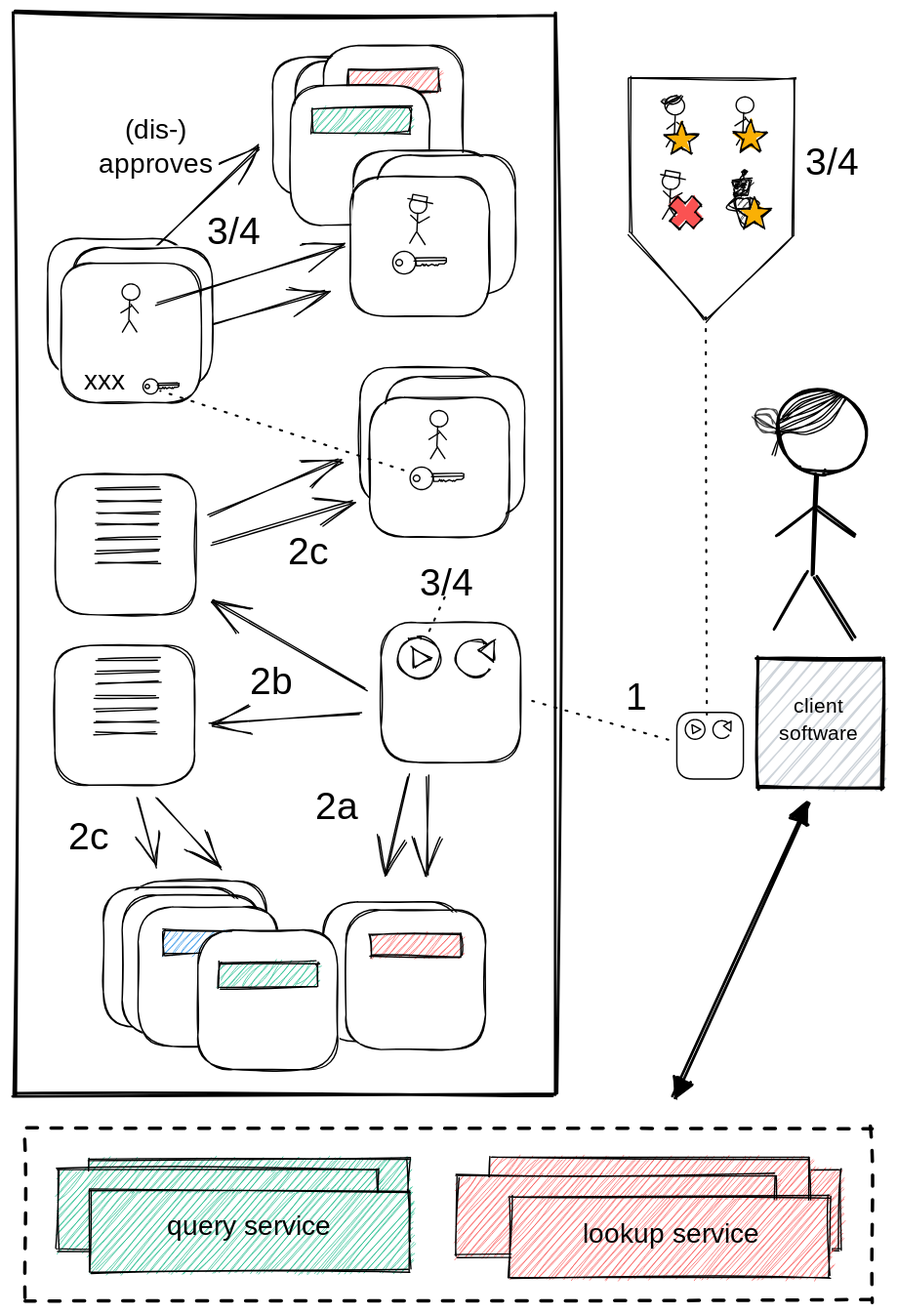
Above: images/trusted.svg in tkuhn/knowledge-space (Excalidraw), before the change. Source tidied: one line per element, renumbered; positions are measured from the earlier drawing's top-left corner, leaving out a move shared by most shapes.
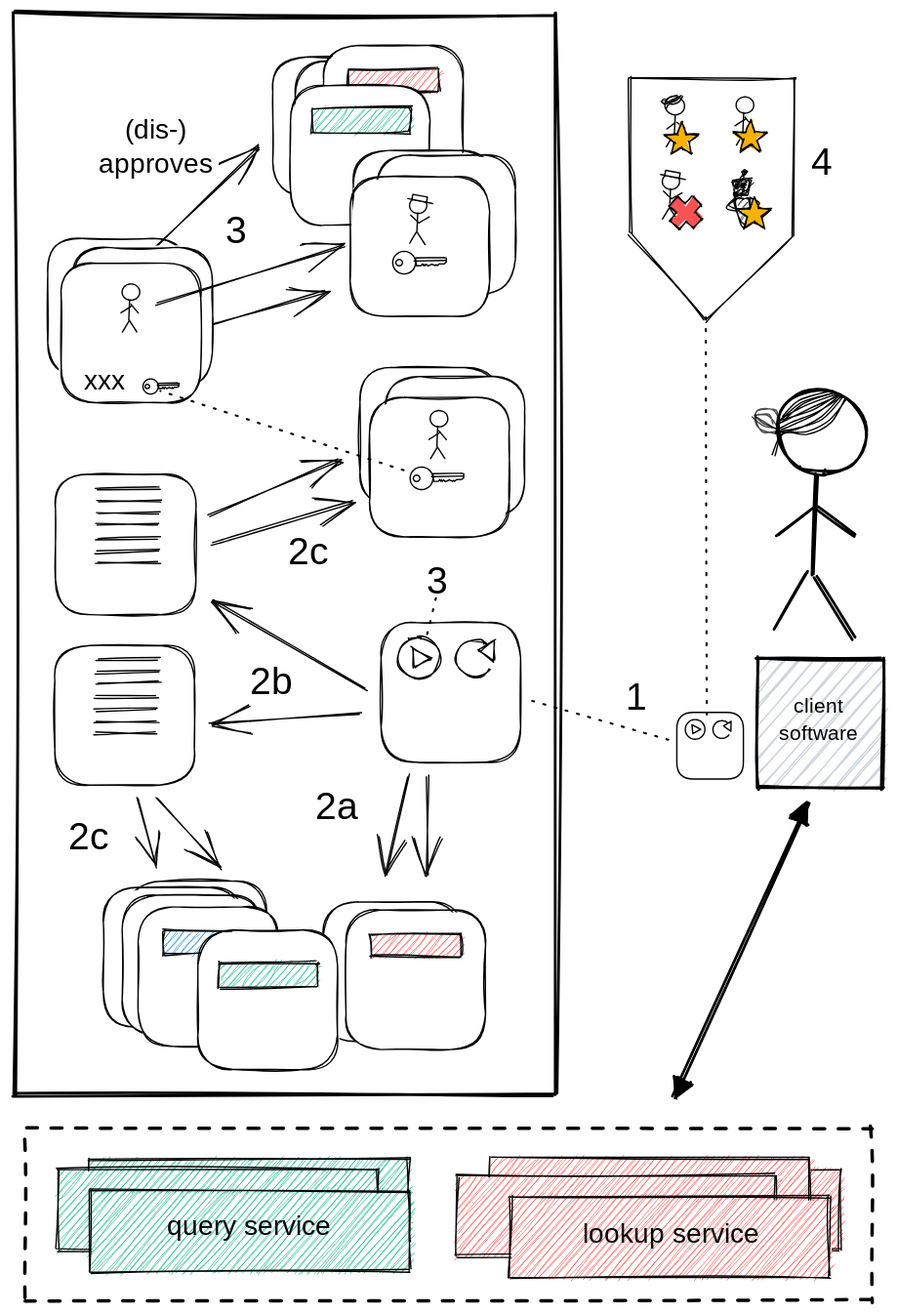
After the change.

What changed in the source:
```diff
@@ -188,7 +188,7 @@
 {"id": 187, "type": "text", "text": "2b", "strokeColor": "#000000", "strokeWidth": 1, "roughness": 1, "fontSize": 28, "fontFamily": 1, "x": 173, "y": 473, "width": 35, "height": 35}
 {"id": 188, "type": "text", "text": "2c", "strokeColor": "#000000", "strokeWidth": 1, "roughness": 1, "fontSize": 28, "fontFamily": 1, "x": 40, "y": 586, "width": 35, "height": 35}
 {"id": 189, "type": "text", "text": "2c", "strokeColor": "#000000", "strokeWidth": 1, "roughness": 1, "fontSize": 28, "fontFamily": 1, "x": 200, "y": 378, "width": 35, "height": 35}
-{"id": 190, "type": "text", "text": "3/4", "strokeColor": "#000000", "strokeWidth": 1, "roughness": 1, "fontSize": 28, "fontFamily": 1, "x": 297, "y": 401, "width": 52, "height": 35}
+{"id": 190, "type": "text", "text": "3", "strokeColor": "#000000", "strokeWidth": 1, "roughness": 1, "fontSize": 28, "fontFamily": 1, "x": 302, "y": 399, "width": 20, "height": 35}
-{"id": 191, "type": "arrow", "strokeColor": "#000000", "strokeWidth": 1, "strokeStyle": "dotted", "roughness": 1, "from": 64, "to": 65, "x": 314, "y": 426, "width": 11, "height": 27, "points": [[0, 0], [-11, 27]]}
+{"id": 191, "type": "arrow", "strokeColor": "#000000", "strokeWidth": 1, "strokeStyle": "dotted", "roughness": 1, "from": 64, "to": 65, "x": 308, "y": 427, "width": 6, "height": 30, "points": [[0, 0], [-6, 30]]}
-{"id": 192, "type": "text", "text": "3/4", "strokeColor": "#000000", "strokeWidth": 1, "roughness": 1, "fontSize": 28, "fontFamily": 1, "x": 142, "y": 143, "width": 52, "height": 35}
+{"id": 192, "type": "text", "text": "3", "strokeColor": "#000000", "strokeWidth": 1, "roughness": 1, "fontSize": 28, "fontFamily": 1, "x": 155, "y": 143, "width": 20, "height": 35}
-{"id": 193, "type": "text", "text": "3/4", "strokeColor": "#000000", "strokeWidth": 1, "roughness": 1, "fontSize": 28, "fontFamily": 1, "x": 579, "y": 93, "width": 52, "height": 35}
+{"id": 193, "type": "text", "text": "4", "strokeColor": "#000000", "strokeWidth": 1, "roughness": 1, "fontSize": 28, "fontFamily": 1, "x": 584, "y": 93, "width": 19, "height": 35}
```
